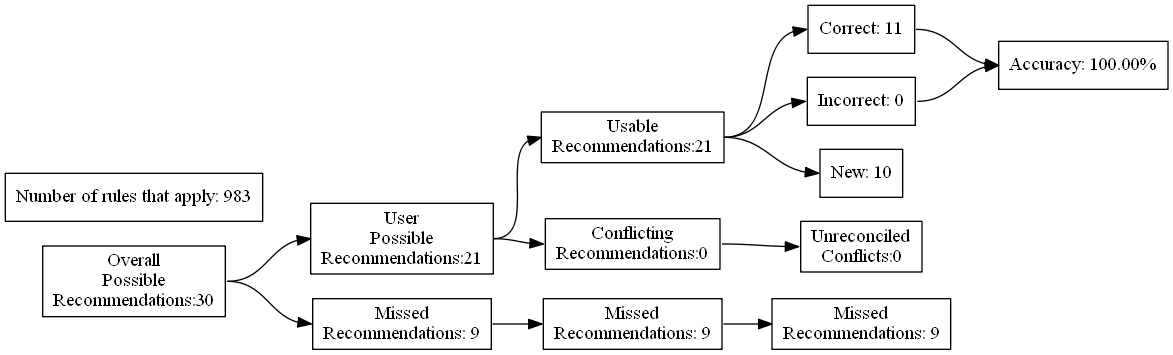
This is test_renders/1.gv.png from ZaxR/ibd_diet_analysis, a Graphviz export, as it was before one commit. Its source is kept beside it as test_renders/1.gv.
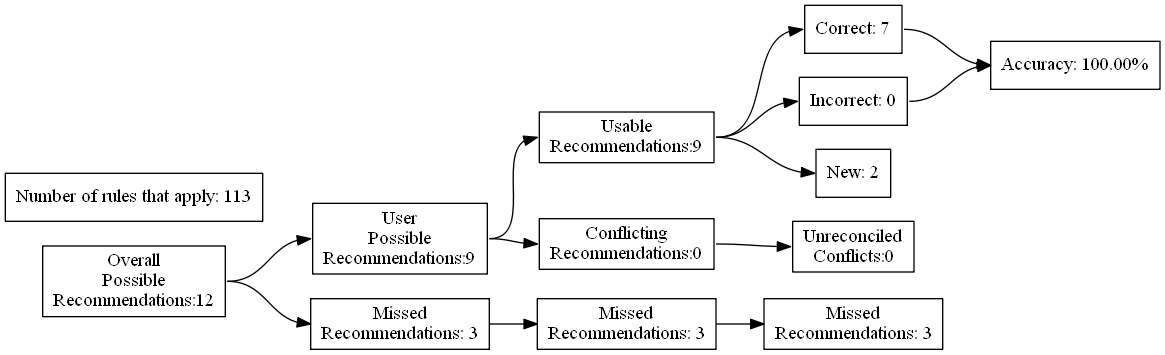
The same diagram one commit later.

What changed in the source:
```diff
@@ -4,27 +4,27 @@
 	edge [headport=w tailport=e]
 		A [label="Overall
 Possible
-Recommendations:30"]
+Recommendations:12"]
 		B [label="User
 Possible
-Recommendations:21"]
+Recommendations:9"]
 		C [label="Missed
-Recommendations: 9"]
+Recommendations: 3"]
 		D [label="Usable
-Recommendations:21"]
+Recommendations:9"]
 		E [label="Conflicting
 Recommendations:0"]
 		J [label="Missed
-Recommendations: 9"]
+Recommendations: 3"]
 		M [label="Unreconciled
 Conflicts:0"]
-		F [label="Correct: 11"]
+		F [label="Correct: 7"]
 		G [label="Incorrect: 0"]
-		H [label="New: 10"]
+		H [label="New: 2"]
 		K [label="Missed
-Recommendations: 9"]
+Recommendations: 3"]
 		I [label="Accuracy: 100.00%"]
-		l [label="Number of rules that apply: 983"]
+		l [label="Number of rules that apply: 113"]
 			A -> B
 			A -> C
 			B -> D
```
